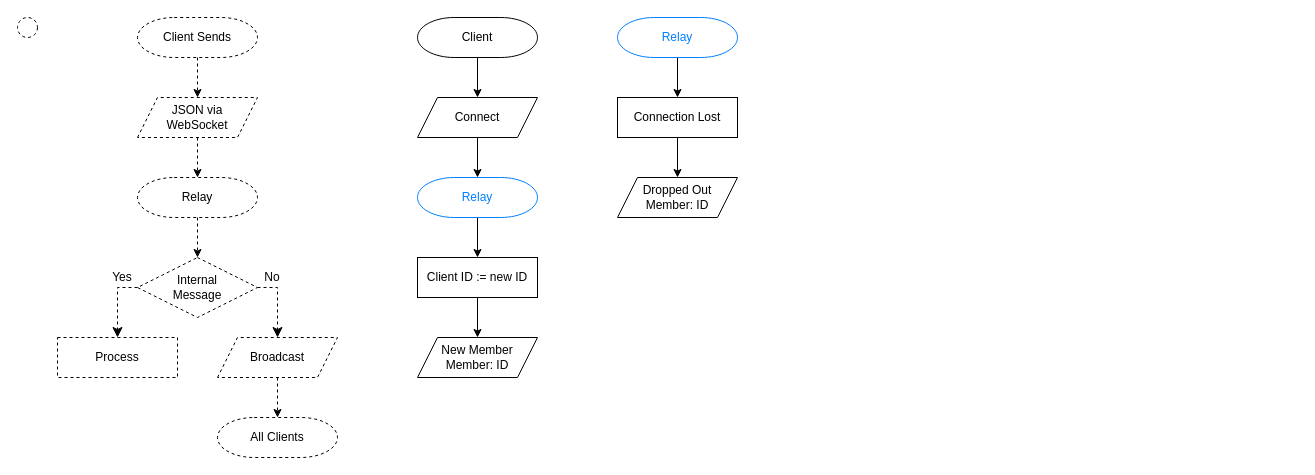
Earlier version of the draw.io diagram documentation/network.drawio (hwirth/tidecraft). Source tidied: cells renumbered, new cells numbered last; positions are measured from the earlier drawing's top-left corner, leaving out a move shared by most shapes. Both pictures are drawn from the tidied source at 100%, with x=0, y=0 at pixel (17, 17).
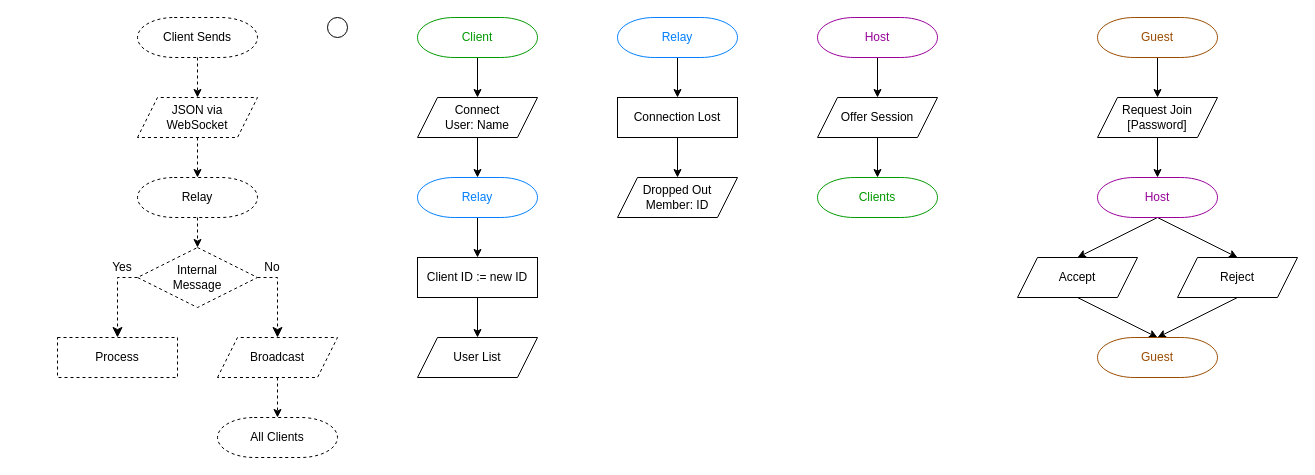
The same diagram, later.

The change refers to these unchanged cells:
```xml
<mxCell id="12" value="Client ID := new ID" style="rounded=0;whiteSpace=wrap;html=1;strokeWidth=1;fillColor=none;" parent="1" vertex="1">
  <mxGeometry x="400" y="240" width="120" height="40" as="geometry" />
</mxCell>
<mxCell id="28" value="Process" style="rounded=0;whiteSpace=wrap;html=1;strokeWidth=1;fillColor=none;dashed=1;" parent="1" vertex="1">
  <mxGeometry x="40" y="320" width="120" height="40" as="geometry" />
</mxCell>
```

What changed in the source:
```diff
@@
-    <mxCell id="3" value="Client" style="strokeWidth=1;html=1;shape=mxgraph.flowchart.terminator;whiteSpace=wrap;fillColor=none;" parent="1" vertex="1">
+    <mxCell id="3" value="Client" style="strokeWidth=1;html=1;shape=mxgraph.flowchart.terminator;whiteSpace=wrap;fillColor=none;fontColor=#009900;strokeColor=#009900;" parent="1" vertex="1">
       <mxGeometry x="400" width="120" height="40" as="geometry" />
     </mxCell>
@@
-    <mxCell id="9" value="New Member&lt;br&gt;Member: ID" style="shape=parallelogram;perimeter=parallelogramPerimeter;whiteSpace=wrap;html=1;fixedSize=1;fillColor=none;" parent="1" vertex="1">
-      <mxGeometry x="400" y="320" width="120" height="40" as="geometry" />
-    </mxCell>
@@
+    <mxCell id="32" style="edgeStyle=none;html=1;exitX=0.5;exitY=1;exitDx=0;exitDy=0;entryX=0.5;entryY=0;entryDx=0;entryDy=0;fontColor=default;" parent="1" edge="1" source="12" target="50">
+      <mxGeometry relative="1" as="geometry" />
+    </mxCell>
@@
-    <mxCell id="13" value="Connect" style="shape=parallelogram;perimeter=parallelogramPerimeter;whiteSpace=wrap;html=1;fixedSize=1;fillColor=none;" parent="1" vertex="1">
+    <mxCell id="13" value="Connect&lt;br&gt;User: Name" style="shape=parallelogram;perimeter=parallelogramPerimeter;whiteSpace=wrap;html=1;fixedSize=1;fillColor=none;" parent="1" vertex="1">
       <mxGeometry x="400" y="80" width="120" height="40" as="geometry" />
     </mxCell>
-    <mxCell id="14" style="edgeStyle=none;html=1;exitX=0.5;exitY=1;exitDx=0;exitDy=0;entryX=0.5;entryY=0;entryDx=0;entryDy=0;fontColor=#007FFF;" parent="1" edge="1" source="12" target="9">
-      <mxGeometry relative="1" as="geometry" />
-    </mxCell>
@@
     <mxCell id="25" value="Internal&lt;br&gt;Message" style="strokeWidth=1;html=1;shape=mxgraph.flowchart.decision;whiteSpace=wrap;dashed=1;strokeColor=default;fontColor=default;fillColor=none;" parent="1" vertex="1">
-      <mxGeometry x="120" y="240" width="120" height="60" as="geometry" />
+      <mxGeometry x="120" y="230" width="120" height="60" as="geometry" />
     </mxCell>
-    <mxCell id="26" style="verticalLabelPosition=bottom;verticalAlign=top;html=1;shape=mxgraph.flowchart.on-page_reference;rounded=0;strokeColor=default;strokeWidth=1;fontColor=#CCCC00;fillColor=none;dashed=1;" parent="1" vertex="1">
-      <mxGeometry width="20" height="20" as="geometry" />
+    <mxCell id="26" style="verticalLabelPosition=bottom;verticalAlign=top;html=1;shape=mxgraph.flowchart.on-page_reference;rounded=0;strokeColor=default;strokeWidth=1;fontColor=#CCCC00;fillColor=none;" parent="1" vertex="1">
+      <mxGeometry x="310" width="20" height="20" as="geometry" />
     </mxCell>
@@
     <mxCell id="29" style="edgeStyle=segmentEdgeStyle;endArrow=classic;html=1;curved=0;rounded=0;endSize=8;startSize=8;dashed=1;fontColor=#007FFF;exitX=0;exitY=0.5;exitDx=0;exitDy=0;exitPerimeter=0;entryX=0.5;entryY=0;entryDx=0;entryDy=0;" parent="1" edge="1" source="25" target="28">
       <mxGeometry relative="1" as="geometry">
         <Array as="points">
-          <mxPoint x="100" y="270" />
+          <mxPoint x="100" y="260" />
         </Array>
       </mxGeometry>
     </mxCell>
     <mxCell id="30" value="Yes" style="text;html=1;strokeColor=none;fillColor=none;align=center;verticalAlign=middle;whiteSpace=wrap;rounded=0;strokeWidth=1;" parent="1" vertex="1">
-      <mxGeometry x="90" y="250" width="30" height="20" as="geometry" />
+      <mxGeometry x="90" y="240" width="30" height="20" as="geometry" />
     </mxCell>
     <mxCell id="31" value="No" style="text;html=1;strokeColor=none;fillColor=none;align=center;verticalAlign=middle;whiteSpace=wrap;rounded=0;strokeWidth=1;" parent="1" vertex="1">
-      <mxGeometry x="240" y="250" width="30" height="20" as="geometry" />
+      <mxGeometry x="240" y="240" width="30" height="20" as="geometry" />
     </mxCell>
+    <mxCell id="33" style="edgeStyle=none;html=1;exitX=0.5;exitY=1;exitDx=0;exitDy=0;exitPerimeter=0;entryX=0.5;entryY=0;entryDx=0;entryDy=0;" parent="1" edge="1" source="34" target="36">
+      <mxGeometry relative="1" as="geometry" />
+    </mxCell>
+    <mxCell id="34" value="Host" style="strokeWidth=1;html=1;shape=mxgraph.flowchart.terminator;whiteSpace=wrap;fillColor=none;fontColor=#990099;strokeColor=#990099;" parent="1" vertex="1">
+      <mxGeometry x="800" width="120" height="40" as="geometry" />
+    </mxCell>
+    <mxCell id="35" style="edgeStyle=none;html=1;exitX=0.5;exitY=1;exitDx=0;exitDy=0;entryX=0.5;entryY=0;entryDx=0;entryDy=0;entryPerimeter=0;" parent="1" edge="1" source="36" target="39">
+      <mxGeometry relative="1" as="geometry" />
+    </mxCell>
+    <mxCell id="36" value="Offer Session" style="shape=parallelogram;perimeter=parallelogramPerimeter;whiteSpace=wrap;html=1;fixedSize=1;fillColor=none;" parent="1" vertex="1">
+      <mxGeometry x="800" y="80" width="120" height="40" as="geometry" />
+    </mxCell>
+    <mxCell id="37" style="edgeStyle=none;html=1;exitX=0.5;exitY=1;exitDx=0;exitDy=0;exitPerimeter=0;entryX=0.5;entryY=0;entryDx=0;entryDy=0;fontColor=#994C00;" parent="1" edge="1" source="38" target="41">
+      <mxGeometry relative="1" as="geometry" />
+    </mxCell>
+    <mxCell id="38" value="Guest" style="strokeWidth=1;html=1;shape=mxgraph.flowchart.terminator;whiteSpace=wrap;fillColor=none;fontColor=#994C00;strokeColor=#994C00;" parent="1" vertex="1">
+      <mxGeometry x="1080" width="120" height="40" as="geometry" />
+    </mxCell>
+    <mxCell id="39" value="Clients" style="strokeWidth=1;html=1;shape=mxgraph.flowchart.terminator;whiteSpace=wrap;fillColor=none;fontColor=#009900;strokeColor=#009900;" parent="1" vertex="1">
+      <mxGeometry x="800" y="160" width="120" height="40" as="geometry" />
+    </mxCell>
+    <mxCell id="40" style="edgeStyle=none;html=1;exitX=0.5;exitY=1;exitDx=0;exitDy=0;entryX=0.5;entryY=0;entryDx=0;entryDy=0;entryPerimeter=0;fontColor=#994C00;" parent="1" edge="1" source="41" target="44">
+      <mxGeometry relative="1" as="geometry" />
+    </mxCell>
+    <mxCell id="41" value="Request Join&lt;br&gt;[Password]" style="shape=parallelogram;perimeter=parallelogramPerimeter;whiteSpace=wrap;html=1;fixedSize=1;fillColor=none;" parent="1" vertex="1">
+      <mxGeometry x="1080" y="80" width="120" height="40" as="geometry" />
+    </mxCell>
+    <mxCell id="42" style="edgeStyle=none;html=1;exitX=0.5;exitY=1;exitDx=0;exitDy=0;exitPerimeter=0;entryX=0.5;entryY=0;entryDx=0;entryDy=0;fontColor=#994C00;" parent="1" edge="1" source="44" target="46">
+      <mxGeometry relative="1" as="geometry" />
+    </mxCell>
+    <mxCell id="43" style="edgeStyle=none;html=1;exitX=0.5;exitY=1;exitDx=0;exitDy=0;exitPerimeter=0;entryX=0.5;entryY=0;entryDx=0;entryDy=0;fontColor=#994C00;" parent="1" edge="1" source="44" target="48">
+      <mxGeometry relative="1" as="geometry" />
+    </mxCell>
+    <mxCell id="44" value="Host" style="strokeWidth=1;html=1;shape=mxgraph.flowchart.terminator;whiteSpace=wrap;fillColor=none;fontColor=#990099;strokeColor=#990099;" parent="1" vertex="1">
+      <mxGeometry x="1080" y="160" width="120" height="40" as="geometry" />
+    </mxCell>
+    <mxCell id="45" style="edgeStyle=none;html=1;exitX=0.5;exitY=1;exitDx=0;exitDy=0;entryX=0.5;entryY=0;entryDx=0;entryDy=0;entryPerimeter=0;fontColor=#994C00;" parent="1" edge="1" source="46" target="49">
+      <mxGeometry relative="1" as="geometry" />
+    </mxCell>
+    <mxCell id="46" value="Accept" style="shape=parallelogram;perimeter=parallelogramPerimeter;whiteSpace=wrap;html=1;fixedSize=1;fillColor=none;" parent="1" vertex="1">
+      <mxGeometry x="1000" y="240" width="120" height="40" as="geometry" />
+    </mxCell>
+    <mxCell id="47" style="edgeStyle=none;html=1;exitX=0.5;exitY=1;exitDx=0;exitDy=0;entryX=0.5;entryY=0;entryDx=0;entryDy=0;entryPerimeter=0;fontColor=#994C00;" parent="1" edge="1" source="48" target="49">
+      <mxGeometry relative="1" as="geometry" />
+    </mxCell>
+    <mxCell id="48" value="Reject" style="shape=parallelogram;perimeter=parallelogramPerimeter;whiteSpace=wrap;html=1;fixedSize=1;fillColor=none;" parent="1" vertex="1">
+      <mxGeometry x="1160" y="240" width="120" height="40" as="geometry" />
+    </mxCell>
+    <mxCell id="49" value="Guest" style="strokeWidth=1;html=1;shape=mxgraph.flowchart.terminator;whiteSpace=wrap;fillColor=none;fontColor=#994C00;strokeColor=#994C00;" parent="1" vertex="1">
+      <mxGeometry x="1080" y="320" width="120" height="40" as="geometry" />
+    </mxCell>
+    <mxCell id="50" value="User List" style="shape=parallelogram;perimeter=parallelogramPerimeter;whiteSpace=wrap;html=1;fixedSize=1;fillColor=none;" parent="1" vertex="1">
+      <mxGeometry x="400" y="320" width="120" height="40" as="geometry" />
+    </mxCell>
```
